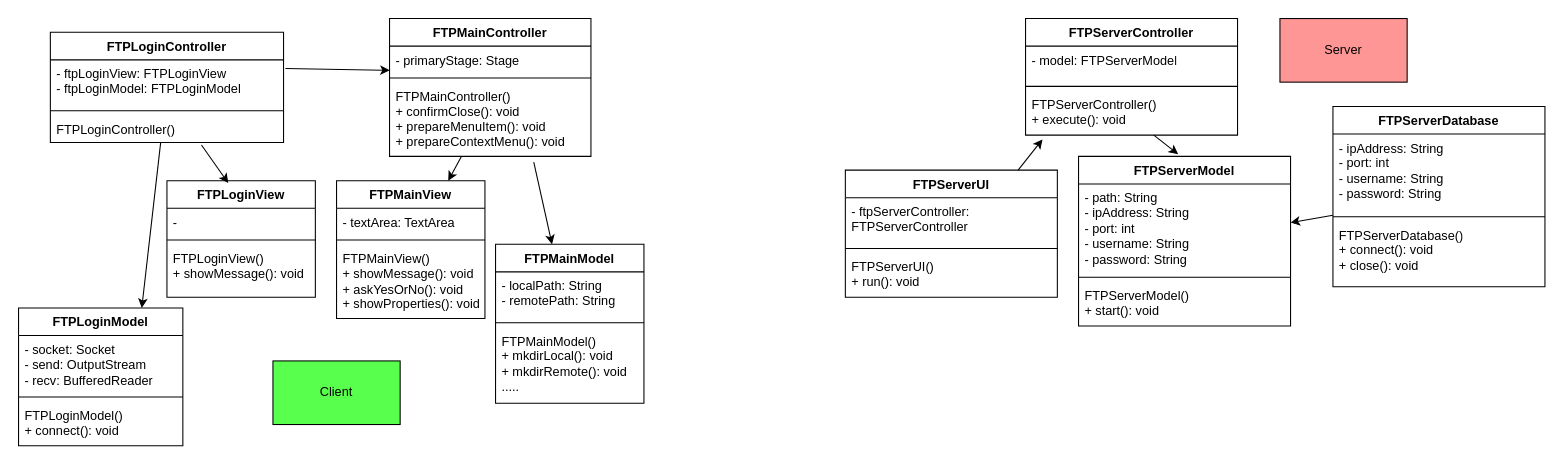
This is page "Sơ đồ lớp tổng thể" (2 of 3) of TL.drawio from KhanhNguyen9872/ftp-simulation-java, a draw.io file, before an edit. Source tidied: cells renumbered, new cells numbered last; positions are measured from the earlier drawing's top-left corner, leaving out a move shared by most shapes. Both pictures are drawn from the tidied source at 106%, with x=0, y=0 at pixel (18, 18).
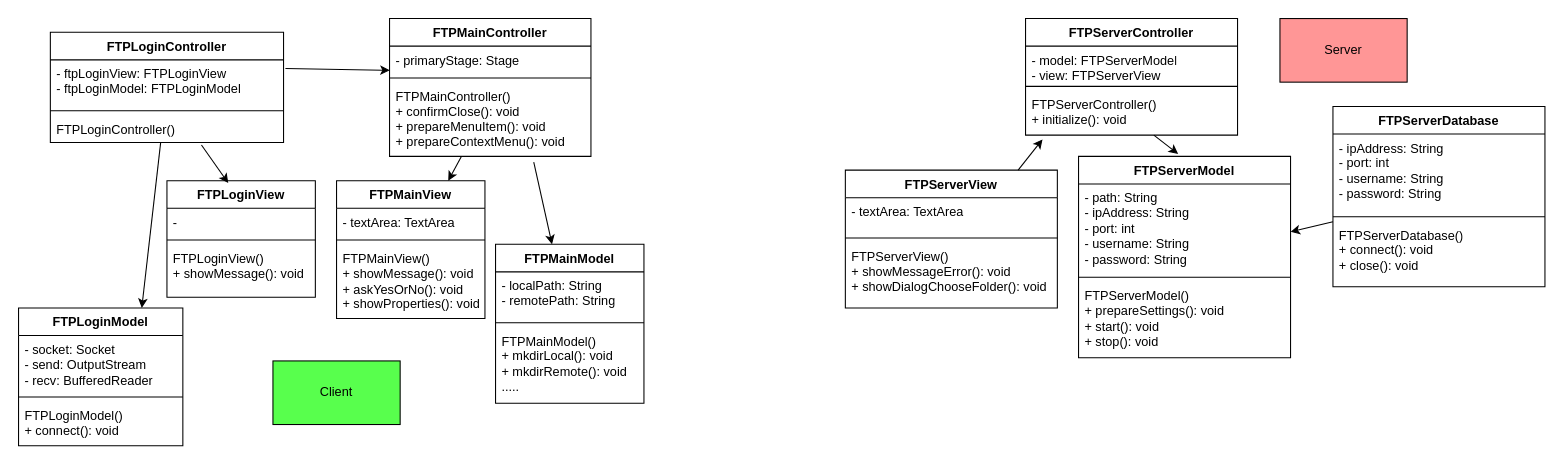
The same diagram, later.

The change refers to these unchanged cells:
```xml
<mxCell id="41" value="FTPServerController" style="swimlane;fontStyle=1;align=center;verticalAlign=top;horizontal=1;startSize=26;whiteSpace=wrap;html=1;" parent="1" vertex="1">
  <mxGeometry x="950" width="200" height="110" as="geometry" />
</mxCell>
```

Diff of the diagram source:
```diff
@@
-    <mxCell id="33" value="FTPServerUI" style="swimlane;fontStyle=1;align=center;verticalAlign=top;horizontal=1;startSize=26;whiteSpace=wrap;html=1;" parent="1" vertex="1">
-      <mxGeometry x="780" y="143" width="200" height="120" as="geometry" />
+    <mxCell id="33" value="FTPServerView" style="swimlane;fontStyle=1;align=center;verticalAlign=top;horizontal=1;startSize=26;whiteSpace=wrap;html=1;" parent="1" vertex="1">
+      <mxGeometry x="780" y="143" width="200" height="130" as="geometry" />
     </mxCell>
-    <mxCell id="34" value="- ftpServerController: FTPServerController" style="text;strokeColor=none;fillColor=none;align=left;verticalAlign=top;spacingLeft=4;spacingRight=4;overflow=hidden;whiteSpace=wrap;html=1;" parent="33" vertex="1">
-      <mxGeometry y="26" width="200" height="44" as="geometry" />
+    <mxCell id="34" value="- textArea: TextArea" style="text;strokeColor=none;fillColor=none;align=left;verticalAlign=top;spacingLeft=4;spacingRight=4;overflow=hidden;whiteSpace=wrap;html=1;" parent="33" vertex="1">
+      <mxGeometry y="26" width="200" height="34" as="geometry" />
     </mxCell>
     <mxCell id="35" style="line;strokeWidth=1;fillColor=none;align=left;verticalAlign=middle;spacingTop=-1;spacingLeft=3;spacingRight=3;labelPosition=right;strokeColor=inherit;" parent="33" vertex="1">
-      <mxGeometry y="70" width="200" height="8" as="geometry" />
+      <mxGeometry y="60" width="200" height="8" as="geometry" />
     </mxCell>
-    <mxCell id="36" value="FTPServerUI()&lt;br&gt;+ run(): void" style="text;strokeColor=none;fillColor=none;align=left;verticalAlign=top;spacingLeft=4;spacingRight=4;overflow=hidden;whiteSpace=wrap;html=1;" parent="33" vertex="1">
-      <mxGeometry y="78" width="200" height="42" as="geometry" />
+    <mxCell id="36" value="FTPServerView()&lt;br&gt;+&amp;nbsp;showMessageError(): void&lt;br&gt;+ showDialogChooseFolder(): void&lt;span style=&quot;background-color: initial;&quot;&gt;&lt;br&gt;&lt;/span&gt;&lt;div style=&quot;background-color:#2f2f2f;padding:0px 0px 0px 2px;&quot;&gt;&lt;div style=&quot;color: rgb(170, 170, 170); font-family: &amp;quot;Courier New&amp;quot;; font-size: 8pt;&quot;&gt;&lt;p style=&quot;background-color:#373737;margin:0;&quot;&gt;&lt;span style=&quot;color:#d9e8f7;&quot;&gt;&lt;/span&gt;&lt;/p&gt;&lt;/div&gt;&lt;/div&gt;" style="text;strokeColor=none;fillColor=none;align=left;verticalAlign=top;spacingLeft=4;spacingRight=4;overflow=hidden;whiteSpace=wrap;html=1;" parent="33" vertex="1">
+      <mxGeometry y="68" width="200" height="62" as="geometry" />
     </mxCell>
     <mxCell id="37" value="FTPServerModel" style="swimlane;fontStyle=1;align=center;verticalAlign=top;horizontal=1;startSize=26;whiteSpace=wrap;html=1;" parent="1" vertex="1">
-      <mxGeometry x="1000" y="130" width="200" height="160" as="geometry" />
+      <mxGeometry x="1000" y="130" width="200" height="190" as="geometry" />
     </mxCell>
@@
-    <mxCell id="40" value="FTPServerModel()&lt;br&gt;+ start(): void" style="text;strokeColor=none;fillColor=none;align=left;verticalAlign=top;spacingLeft=4;spacingRight=4;overflow=hidden;whiteSpace=wrap;html=1;" parent="37" vertex="1">
-      <mxGeometry y="118" width="200" height="42" as="geometry" />
+    <mxCell id="40" value="FTPServerModel()&lt;br&gt;+&amp;nbsp;prepareSettings(): void&lt;div style=&quot;background-color:#2f2f2f;padding:0px 0px 0px 2px;&quot;&gt;&lt;div style=&quot;color: rgb(170, 170, 170); font-family: &amp;quot;Courier New&amp;quot;; font-size: 8pt;&quot;&gt;&lt;p style=&quot;background-color:#373737;margin:0;&quot;&gt;&lt;span style=&quot;color:#d9e8f7;&quot;&gt;&lt;/span&gt;&lt;/p&gt;&lt;/div&gt;&lt;/div&gt;+ start(): void&lt;br&gt;+ stop(): void" style="text;strokeColor=none;fillColor=none;align=left;verticalAlign=top;spacingLeft=4;spacingRight=4;overflow=hidden;whiteSpace=wrap;html=1;" parent="37" vertex="1">
+      <mxGeometry y="118" width="200" height="72" as="geometry" />
     </mxCell>
@@
-    <mxCell id="42" value="- model: FTPServerModel" style="text;strokeColor=none;fillColor=none;align=left;verticalAlign=top;spacingLeft=4;spacingRight=4;overflow=hidden;whiteSpace=wrap;html=1;" parent="41" vertex="1">
+    <mxCell id="42" value="- model: FTPServerModel&lt;br&gt;- view: FTPServerView" style="text;strokeColor=none;fillColor=none;align=left;verticalAlign=top;spacingLeft=4;spacingRight=4;overflow=hidden;whiteSpace=wrap;html=1;" parent="41" vertex="1">
       <mxGeometry y="26" width="200" height="34" as="geometry" />
     </mxCell>
@@
-    <mxCell id="44" value="FTPServerController()&lt;br&gt;+ execute(): void" style="text;strokeColor=none;fillColor=none;align=left;verticalAlign=top;spacingLeft=4;spacingRight=4;overflow=hidden;points=[[0,0.5],[1,0.5]];portConstraint=eastwest;whiteSpace=wrap;html=1;" parent="41" vertex="1">
+    <mxCell id="44" value="FTPServerController()&lt;br&gt;+&amp;nbsp;initialize&lt;span style=&quot;background-color: initial;&quot;&gt;(): void&lt;br&gt;&lt;/span&gt;&lt;div style=&quot;background-color:#2f2f2f;padding:0px 0px 0px 2px;&quot;&gt;&lt;div style=&quot;color: rgb(170, 170, 170); font-family: &amp;quot;Courier New&amp;quot;; font-size: 8pt;&quot;&gt;&lt;p style=&quot;background-color:#373737;margin:0;&quot;&gt;&lt;span style=&quot;color:#d9e8f7;&quot;&gt;&lt;/span&gt;&lt;/p&gt;&lt;/div&gt;&lt;/div&gt;" style="text;strokeColor=none;fillColor=none;align=left;verticalAlign=top;spacingLeft=4;spacingRight=4;overflow=hidden;points=[[0,0.5],[1,0.5]];portConstraint=eastwest;whiteSpace=wrap;html=1;" parent="41" vertex="1">
       <mxGeometry y="68" width="200" height="42" as="geometry" />
     </mxCell>
```
